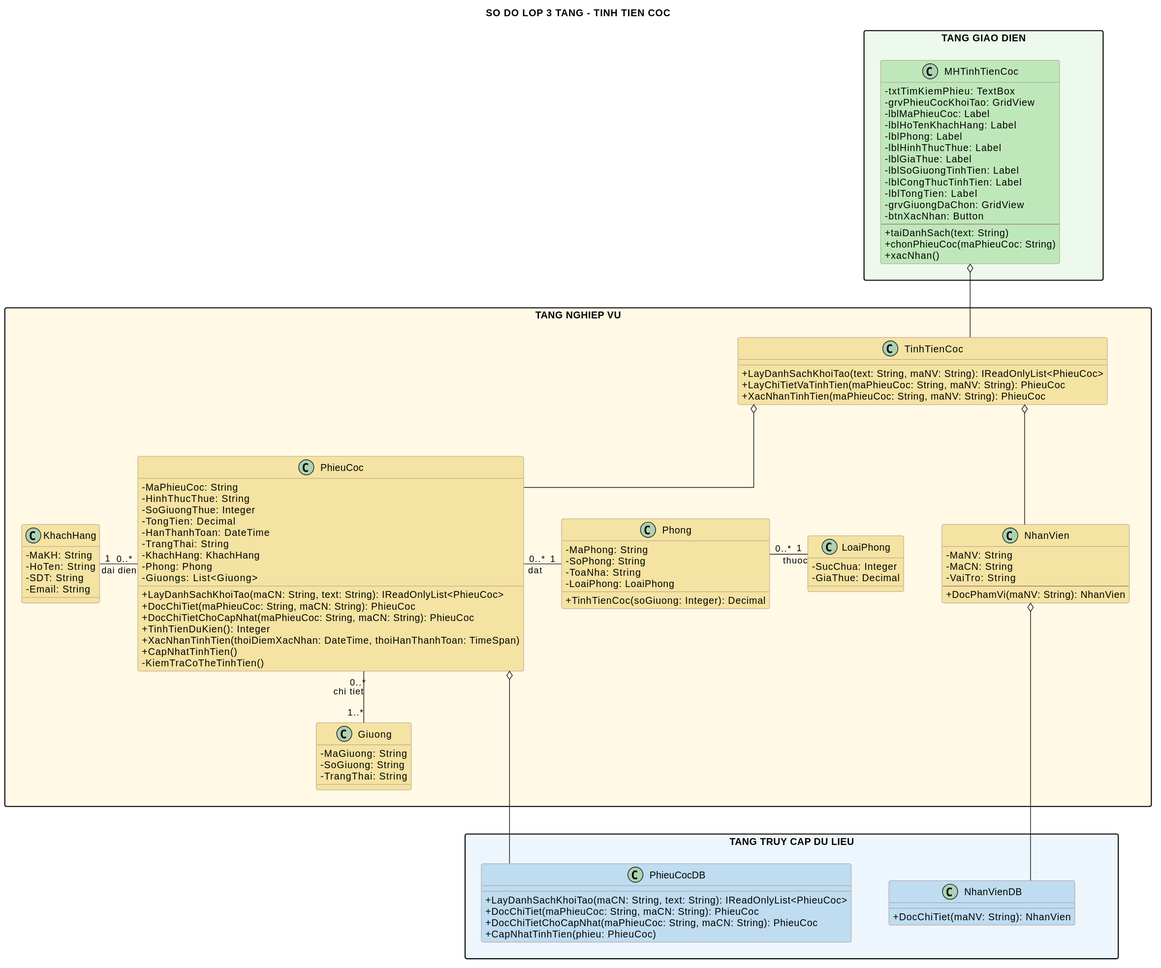
Ming1309/HomeStay-Dorm keeps this PlantUML diagram as diagram/svg/tinh-tien-coc-class.svg. Above is the earlier version. Source of this version:
```plantuml
@startuml
title SO DO LOP 3 TANG - TINH TIEN COC

top to bottom direction
skinparam shadowing false
skinparam linetype ortho
skinparam nodesep 55
skinparam ranksep 75
skinparam packageStyle rectangle
skinparam classAttributeIconSize 0
skinparam class {
  BackgroundColor #FFFACD
  BorderColor #9B7B7B
}

package "TANG GIAO DIEN" as GUI_LAYER #EDF9EC {
  class MHTinhTienCoc #BFE8BA {
    - txtTimKiemPhieu: TextBox
    - grvPhieuCocKhoiTao: GridView
    - lblMaPhieuCoc: Label
    - lblHoTenKhachHang: Label
    - lblPhong: Label
    - lblHinhThucThue: Label
    - lblGiaThue: Label
    - lblSoGiuongTinhTien: Label
    - lblCongThucTinhTien: Label
    - lblTongTien: Label
    - grvGiuongDaChon: GridView
    - btnXacNhan: Button
    --
    + taiDanhSach(text: String)
    + chonPhieuCoc(maPhieuCoc: String)
    + xacNhan()
  }
}

package "TANG NGHIEP VU" as BUS_LAYER #FFF9E6 {
  class TinhTienCoc #F4E3A2 {
    + LayDanhSachKhoiTao(text: String, maNV: String): IReadOnlyList<PhieuCoc>
    + LayChiTietVaTinhTien(maPhieuCoc: String, maNV: String): PhieuCoc
    + XacNhanTinhTien(maPhieuCoc: String, maNV: String): PhieuCoc
  }

  class NhanVien #F4E3A2 {
    - MaNV: String
    - MaCN: String
    - VaiTro: String
    --
    + DocPhamVi(maNV: String): NhanVien
  }

  class PhieuCoc #F4E3A2 {
    - MaPhieuCoc: String
    - HinhThucThue: String
    - SoGiuongThue: Integer
    - TongTien: Decimal
    - HanThanhToan: DateTime
    - TrangThai: String
    - KhachHang: KhachHang
    - Phong: Phong
    - Giuongs: List<Giuong>
    + LayDanhSachKhoiTao(maCN: String, text: String): IReadOnlyList<PhieuCoc>
    + DocChiTiet(maPhieuCoc: String, maCN: String): PhieuCoc
    + DocChiTietChoCapNhat(maPhieuCoc: String, maCN: String): PhieuCoc
    + TinhTienDuKien(): Integer
    + XacNhanTinhTien(thoiDiemXacNhan: DateTime, thoiHanThanhToan: TimeSpan)
    + CapNhatTinhTien()
    - KiemTraCoTheTinhTien()
  }

  class KhachHang #F4E3A2 {
    - MaKH: String
    - HoTen: String
    - SDT: String
    - Email: String
  }
  class Phong #F4E3A2 {
    - MaPhong: String
    - SoPhong: String
    - ToaNha: String
    - LoaiPhong: LoaiPhong
    + TinhTienCoc(soGiuong: Integer): Decimal
  }
  class LoaiPhong #F4E3A2 {
    - SucChua: Integer
    - GiaThue: Decimal
  }
  class Giuong #F4E3A2 {
    - MaGiuong: String
    - SoGiuong: String
    - TrangThai: String
  }
}

package "TANG TRUY CAP DU LIEU" as DAL_LAYER #EDF6FC {
  class NhanVienDB #BFDCF0 {
    + DocChiTiet(maNV: String): NhanVien
  }

  class PhieuCocDB #BFDCF0 {
    + LayDanhSachKhoiTao(maCN: String, text: String): IReadOnlyList<PhieuCoc>
    + DocChiTiet(maPhieuCoc: String, maCN: String): PhieuCoc
    + DocChiTietChoCapNhat(maPhieuCoc: String, maCN: String): PhieuCoc
    + CapNhatTinhTien(phieu: PhieuCoc)
  }

  NhanVienDB -[hidden]right- PhieuCocDB
}

GUI_LAYER -[hidden]down- BUS_LAYER
BUS_LAYER -[hidden]down- DAL_LAYER

Giuong -[hidden]down- PhieuCocDB

NhanVien -[hidden]right- PhieuCoc
KhachHang -[hidden]right- Phong
Phong -[hidden]right- LoaiPhong

MHTinhTienCoc o-down- TinhTienCoc
TinhTienCoc o-down- NhanVien
TinhTienCoc o-down- PhieuCoc
NhanVien o-down- NhanVienDB
PhieuCoc o-down- PhieuCocDB

PhieuCoc "0..*" -left- "1" KhachHang : dai dien
PhieuCoc "0..*" -right- "1" Phong : dat
PhieuCoc "0..*" -down- "1..*" Giuong : chi tiet
Phong "0..*" -right- "1" LoaiPhong : thuoc
@enduml
```
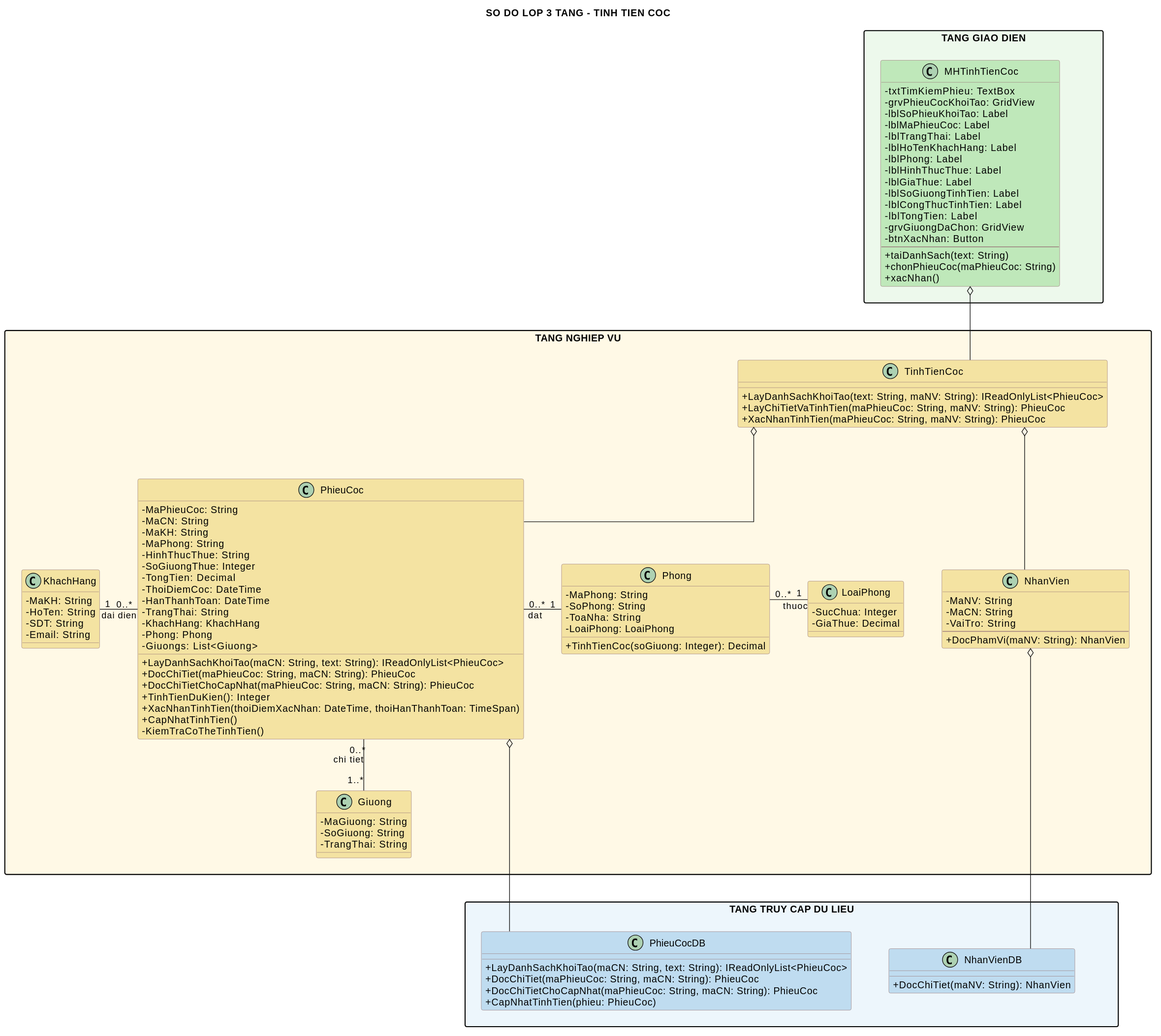
The same file after the commit.

The edit, as a diff of the source:
```diff
@@ -17,7 +17,9 @@
   class MHTinhTienCoc #BFE8BA {
     - txtTimKiemPhieu: TextBox
     - grvPhieuCocKhoiTao: GridView
+    - lblSoPhieuKhoiTao: Label
     - lblMaPhieuCoc: Label
+    - lblTrangThai: Label
     - lblHoTenKhachHang: Label
     - lblPhong: Label
     - lblHinhThucThue: Label
@@ -51,9 +53,13 @@
 
   class PhieuCoc #F4E3A2 {
     - MaPhieuCoc: String
+    - MaCN: String
+    - MaKH: String
+    - MaPhong: String
     - HinhThucThue: String
     - SoGiuongThue: Integer
     - TongTien: Decimal
+    - ThoiDiemCoc: DateTime
     - HanThanhToan: DateTime
     - TrangThai: String
     - KhachHang: KhachHang
```
